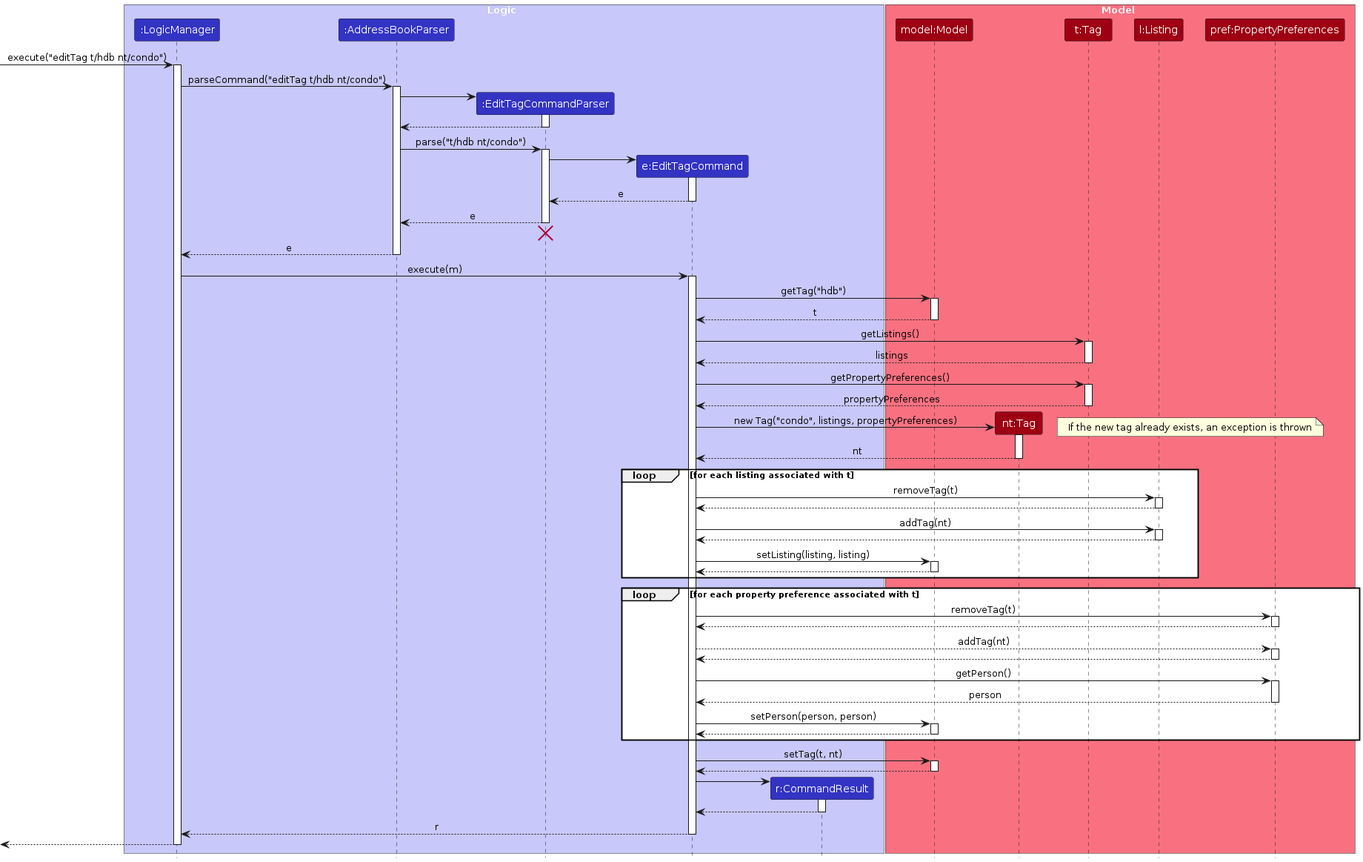
The PlantUML diagram diagrams/EditTagSequenceDiagram.png in caxewhy/tp, before a commit. Its source is kept beside it as diagrams/EditTagSequenceDiagram.puml.
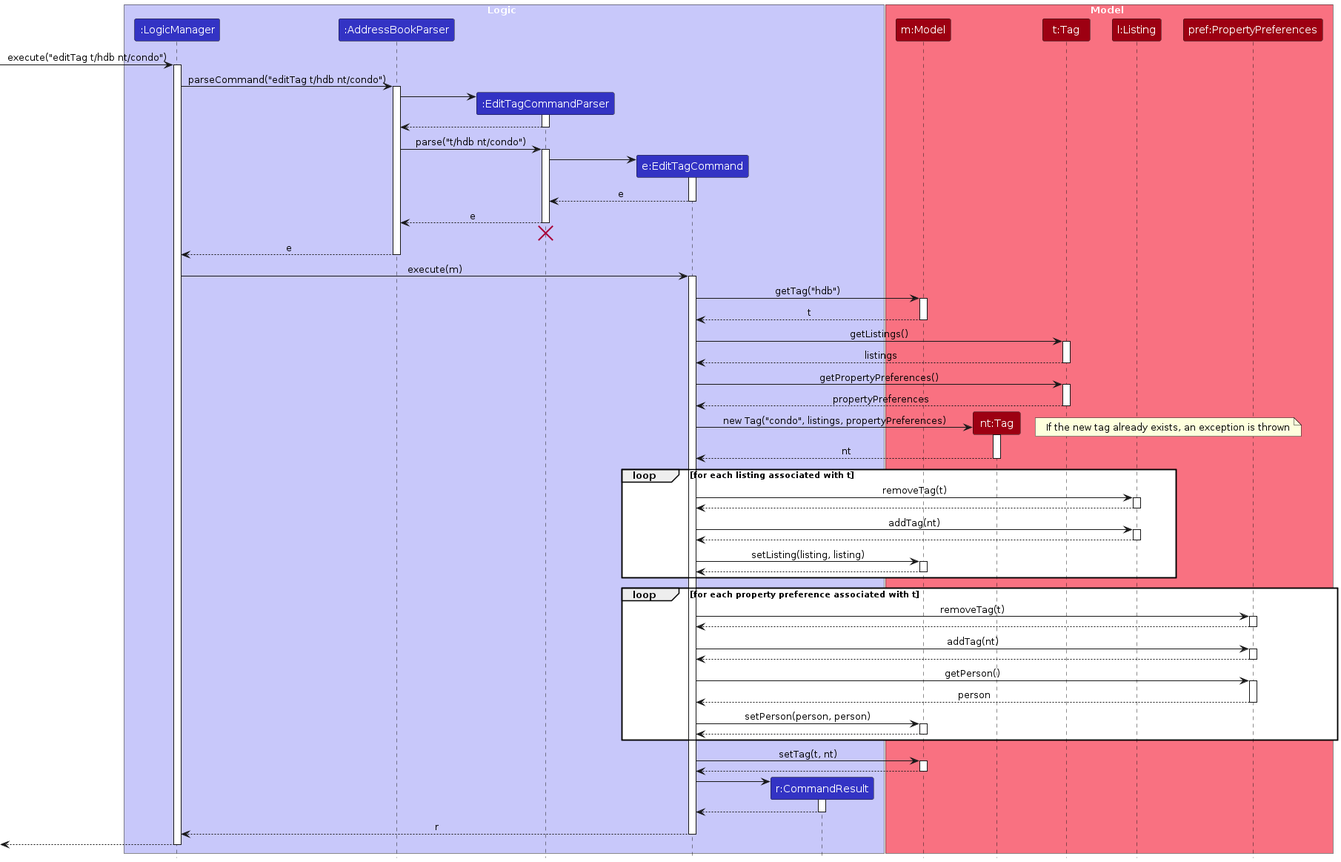
Later version of the same file.

Change to the diagram source:
```diff
@@ -11,7 +11,7 @@
 end box
 
 box Model MODEL_COLOR_T1
-participant "model:Model" as Model MODEL_COLOR
+participant "m:Model" as Model MODEL_COLOR
 participant "nt:Tag" as nTag MODEL_COLOR
 participant "t:Tag" as Tag MODEL_COLOR
 participant "l:Listing" as Listing MODEL_COLOR
@@ -97,7 +97,7 @@
 activate Pref
 Pref --> EditTagCommand
 deactivate Pref
-EditTagCommand --> Pref : addTag(nt)
+EditTagCommand -> Pref : addTag(nt)
 activate Pref
 Pref --> EditTagCommand
 deactivate Pref
```
